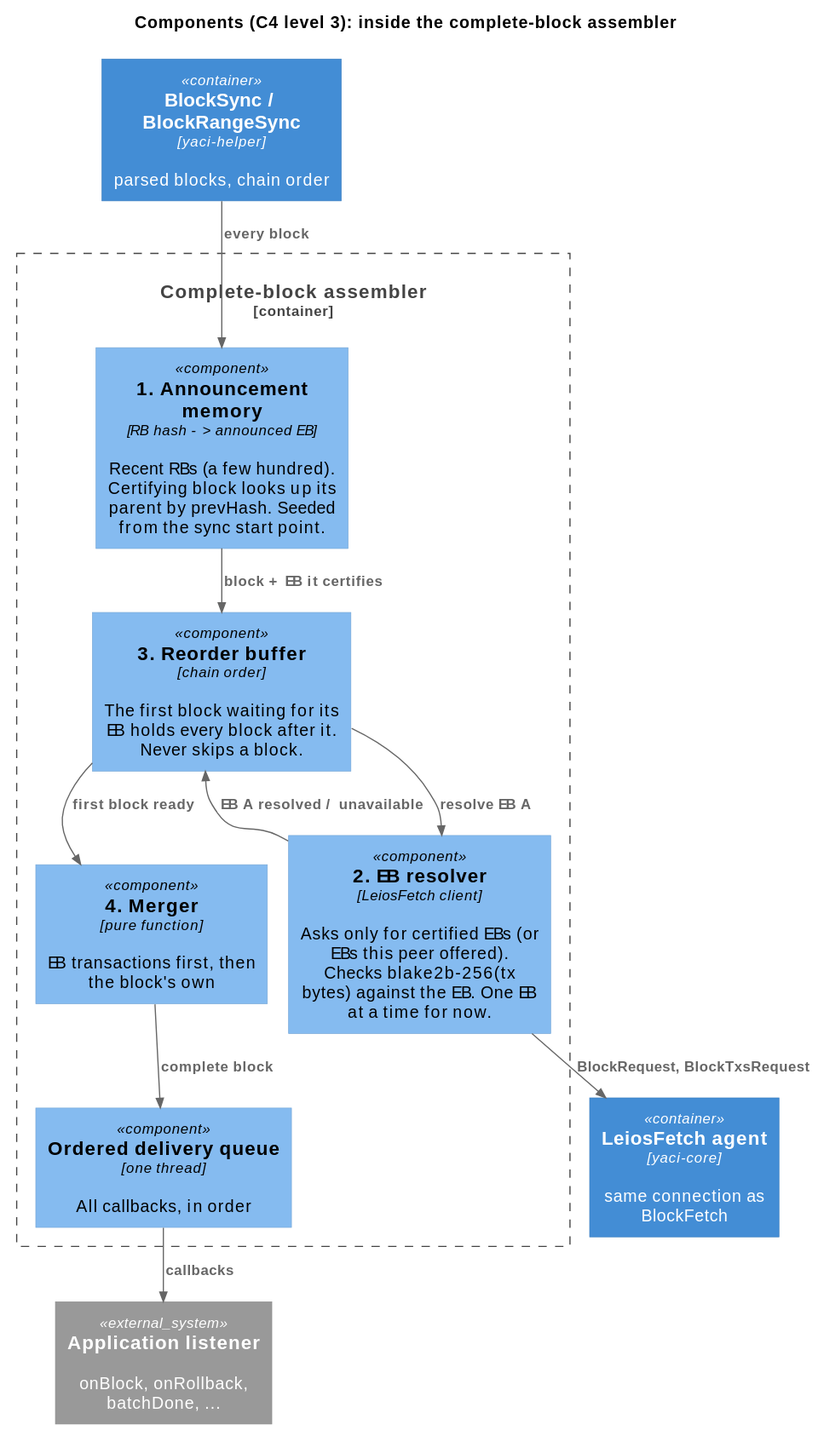
Earlier version of the PlantUML export docs/leios/diagrams/3-c4-component.svg (bloxbean/yaci).
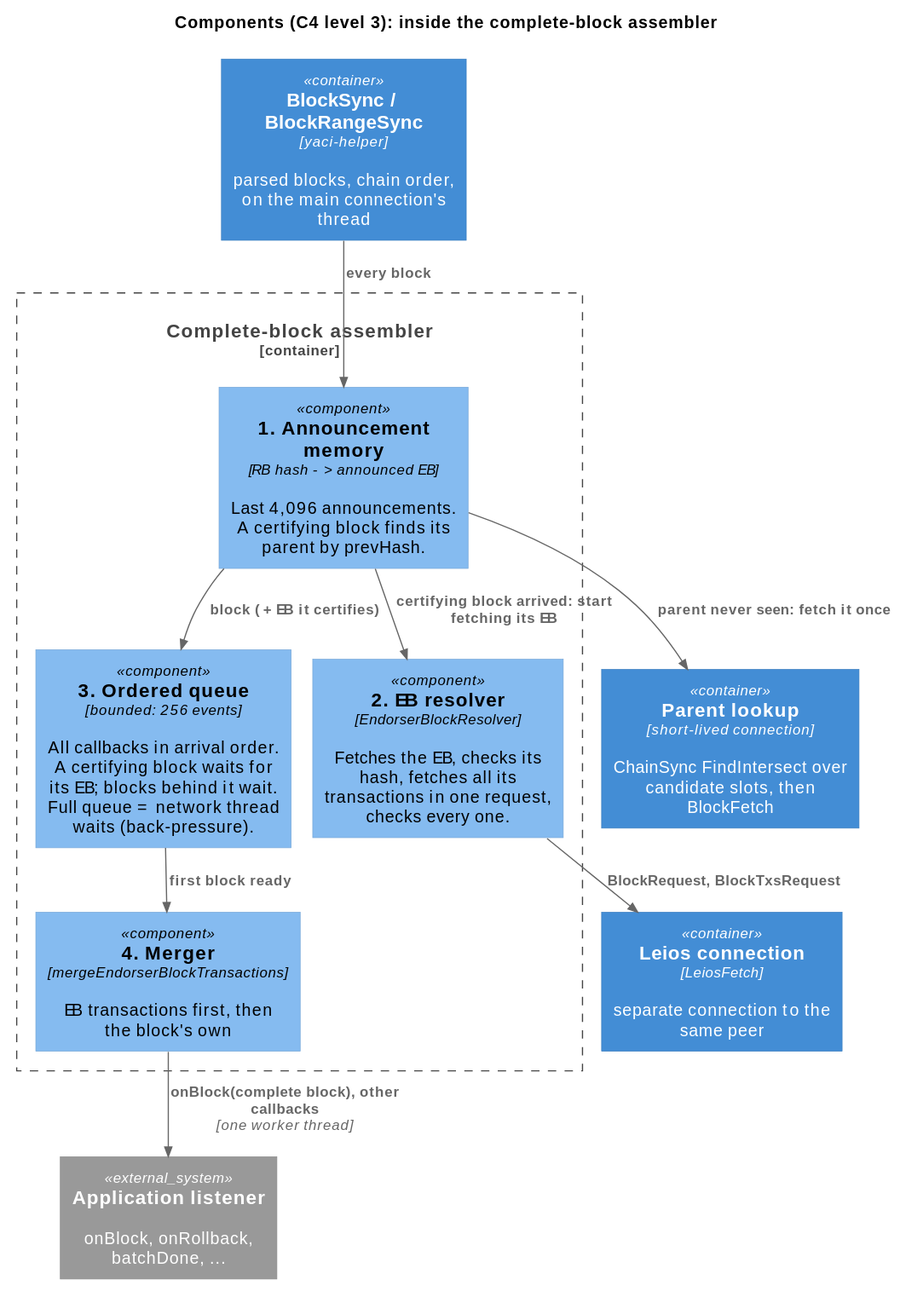
Above is the later version.

Change to the diagram source:
```diff
@@ -4,24 +4,23 @@
 LAYOUT_TOP_DOWN()
 title Components (C4 level 3): inside the complete-block assembler
 
-Container(sync, "BlockSync / BlockRangeSync", "yaci-helper", "parsed blocks, chain order")
-Container(fetch, "LeiosFetch agent", "yaci-core", "same connection as BlockFetch")
+Container(sync, "BlockSync / BlockRangeSync", "yaci-helper", "parsed blocks, chain order, on the main connection's thread")
+Container(leios, "Leios connection", "LeiosFetch", "separate connection to the same peer")
+Container(lookup, "Parent lookup", "short-lived connection", "ChainSync FindIntersect over candidate slots, then BlockFetch")
 System_Ext(app, "Application listener", "onBlock, onRollback, batchDone, ...")
 
 Container_Boundary(asm, "Complete-block assembler") {
-  Component(mem, "1. Announcement memory", "RB hash -> announced EB", "Recent RBs (a few hundred). Certifying block looks up its parent by prevHash. Seeded from the sync start point.")
-  Component(buf, "3. Reorder buffer", "chain order", "The first block waiting for its EB holds every block after it. Never skips a block.")
-  Component(res, "2. EB resolver", "LeiosFetch client", "Asks only for certified EBs (or EBs this peer offered). Checks blake2b-256(tx bytes) against the EB. One EB at a time for now.")
-  Component(mrg, "4. Merger", "pure function", "EB transactions first, then the block's own")
-  Component(q, "Ordered delivery queue", "one thread", "All callbacks, in order")
+  Component(mem, "1. Announcement memory", "RB hash -> announced EB", "Last 4,096 announcements. A certifying block finds its parent by prevHash.")
+  Component(res, "2. EB resolver", "EndorserBlockResolver", "Fetches the EB, checks its hash, fetches all its transactions in one request, checks every one.")
+  Component(q, "3. Ordered queue", "bounded: 256 events", "All callbacks in arrival order. A certifying block waits for its EB; blocks behind it wait. Full queue = network thread waits (back-pressure).")
+  Component(mrg, "4. Merger", "mergeEndorserBlockTransactions", "EB transactions first, then the block's own")
 }
 
 Rel(sync, mem, "every block")
-Rel(mem, buf, "block + EB it certifies")
-Rel(buf, res, "resolve EB A")
-Rel(res, buf, "EB A resolved / unavailable")
-Rel(res, fetch, "BlockRequest, BlockTxsRequest")
-Rel(buf, mrg, "first block ready")
-Rel(mrg, q, "complete block")
-Rel(q, app, "callbacks")
+Rel(mem, q, "block (+ EB it certifies)")
+Rel(mem, res, "certifying block arrived: start fetching its EB")
+Rel(mem, lookup, "parent never seen: fetch it once")
+Rel(res, leios, "BlockRequest, BlockTxsRequest")
+Rel(q, mrg, "first block ready")
+Rel(mrg, app, "onBlock(complete block), other callbacks", "one worker thread")
 @enduml
```
